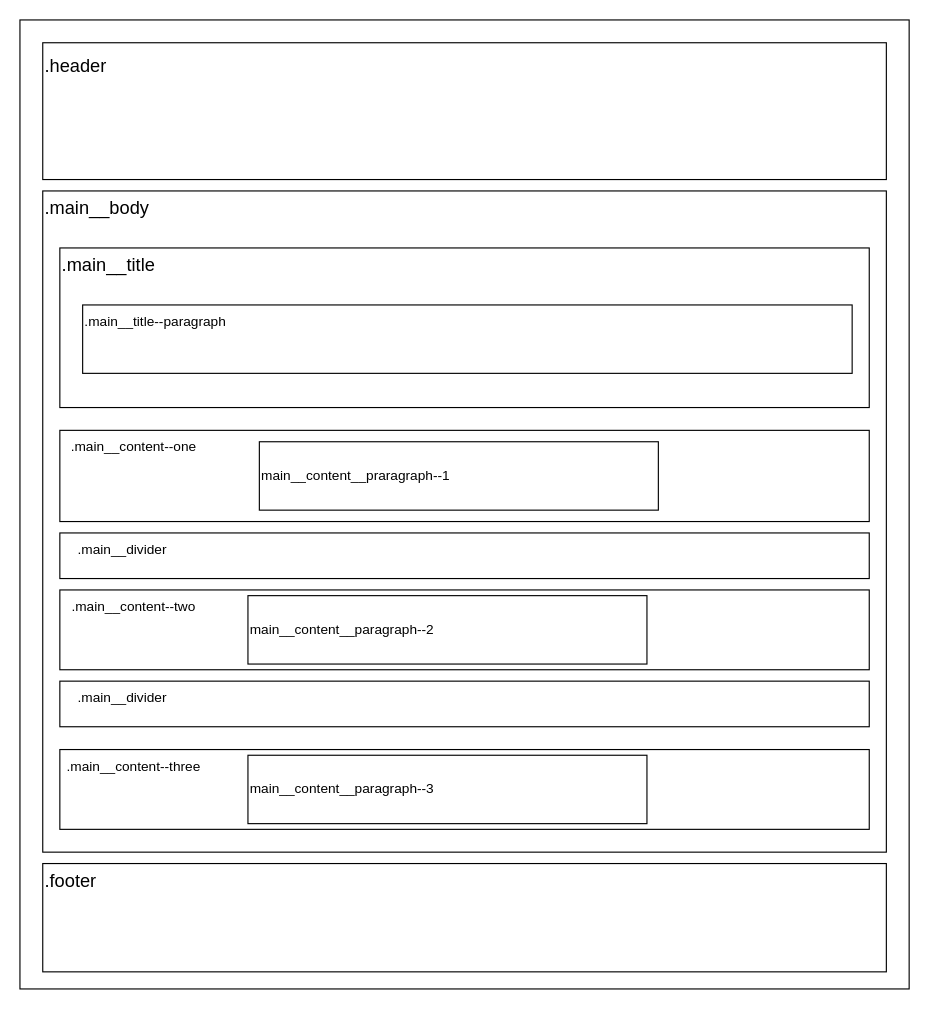
This is BTVN_1908/Bai1.drawio from IRIS-T-SLM/SET2026, a draw.io file, before an edit. Source tidied: cells renumbered, new cells numbered last; positions are measured from the earlier drawing's top-left corner, leaving out a move shared by most shapes. Both pictures are drawn from the tidied source at 114%, with x=0, y=0 at pixel (19, 19).
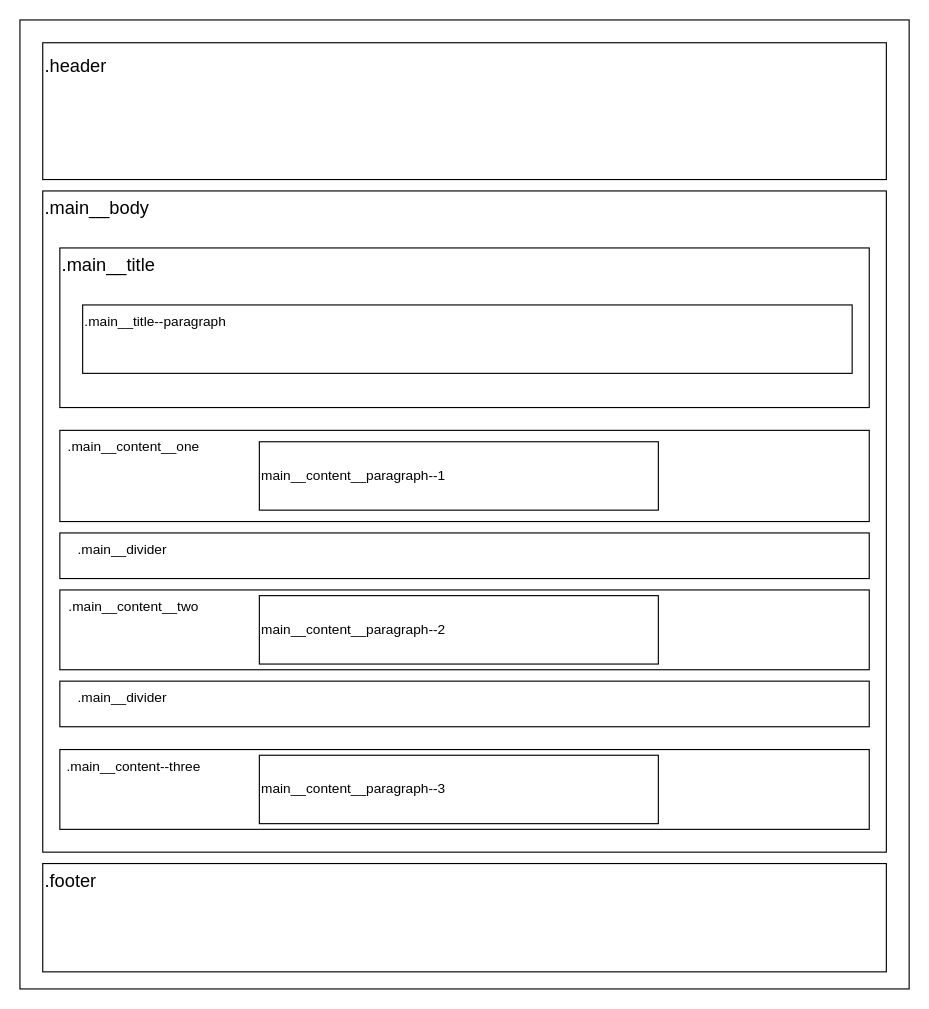
After the change.

Commit message:
sửa drawio bài 1

The edit, as a diff of the source:
```diff
@@
-    <mxCell id="14" value=".main__content--one" style="text;html=1;whiteSpace=wrap;strokeColor=none;fillColor=none;align=center;verticalAlign=middle;rounded=0;" parent="1" vertex="1">
+    <mxCell id="14" value=".main__content__one" style="text;html=1;whiteSpace=wrap;strokeColor=none;fillColor=none;align=center;verticalAlign=middle;rounded=0;" parent="1" vertex="1">
       <mxGeometry x="35" y="360" width="130" height="30" as="geometry" />
     </mxCell>
@@
-    <mxCell id="16" value=".main__content--two" style="text;html=1;whiteSpace=wrap;strokeColor=none;fillColor=none;align=center;verticalAlign=middle;rounded=0;" parent="1" vertex="1">
+    <mxCell id="16" value=".main__content__two" style="text;html=1;whiteSpace=wrap;strokeColor=none;fillColor=none;align=center;verticalAlign=middle;rounded=0;" parent="1" vertex="1">
       <mxGeometry x="35" y="500" width="130" height="30" as="geometry" />
     </mxCell>
@@
-    <mxCell id="23" value="main__content__praragraph--1" style="rounded=0;whiteSpace=wrap;html=1;align=left;" parent="1" vertex="1">
+    <mxCell id="23" value="main__content__paragraph--1" style="rounded=0;whiteSpace=wrap;html=1;align=left;" parent="1" vertex="1">
       <mxGeometry x="210" y="370" width="350" height="60" as="geometry" />
     </mxCell>
     <mxCell id="24" value="main__content__paragraph--2" style="rounded=0;whiteSpace=wrap;html=1;align=left;" parent="1" vertex="1">
-      <mxGeometry x="200" y="505" width="350" height="60" as="geometry" />
+      <mxGeometry x="210" y="505" width="350" height="60" as="geometry" />
     </mxCell>
     <mxCell id="25" value="main__content__paragraph--3" style="rounded=0;whiteSpace=wrap;html=1;align=left;" parent="1" vertex="1">
-      <mxGeometry x="200" y="645" width="350" height="60" as="geometry" />
+      <mxGeometry x="210" y="645" width="350" height="60" as="geometry" />
     </mxCell>
```
